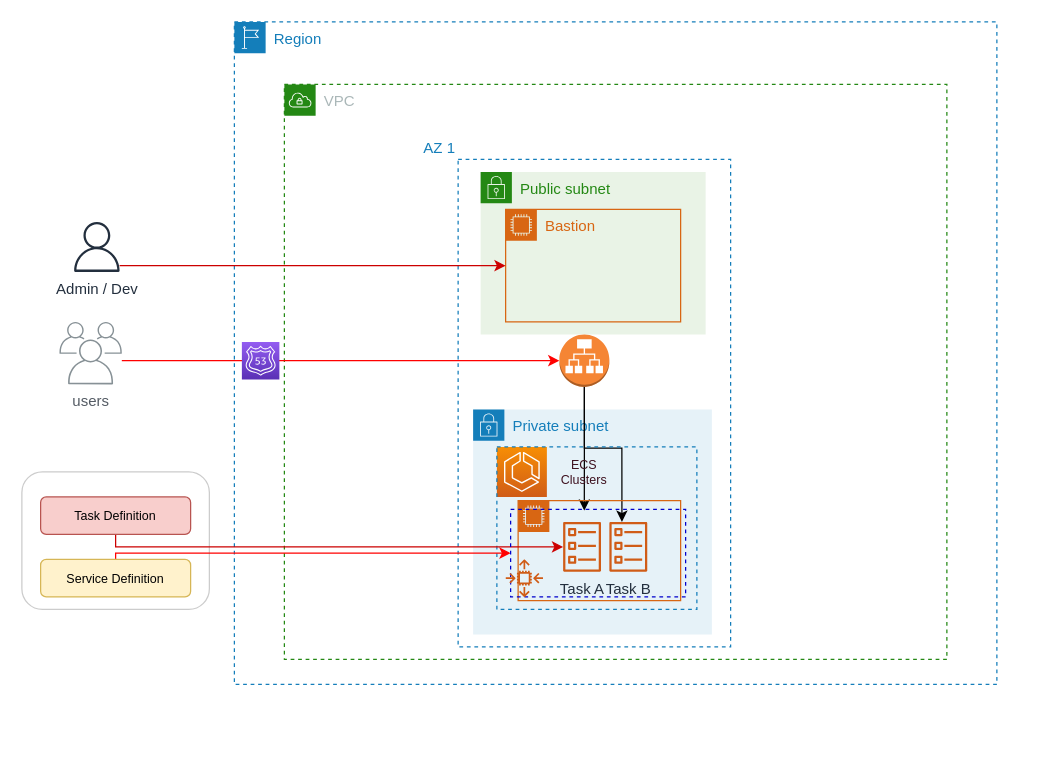
Above: page "L2 Infrastructure Design - Non Prod" (6 of 8) of Untitled Diagram.drawio in senthilsource/multi-docker (draw.io), before the change. Source tidied: cells renumbered, new cells numbered last; positions are measured from the earlier drawing's top-left corner, leaving out a move shared by most shapes. Both pictures are drawn from the tidied source at 125%, with x=0, y=0 at pixel (21, 21). Pictures stored in the file or linked from it are replaced by grey dashed boxes.
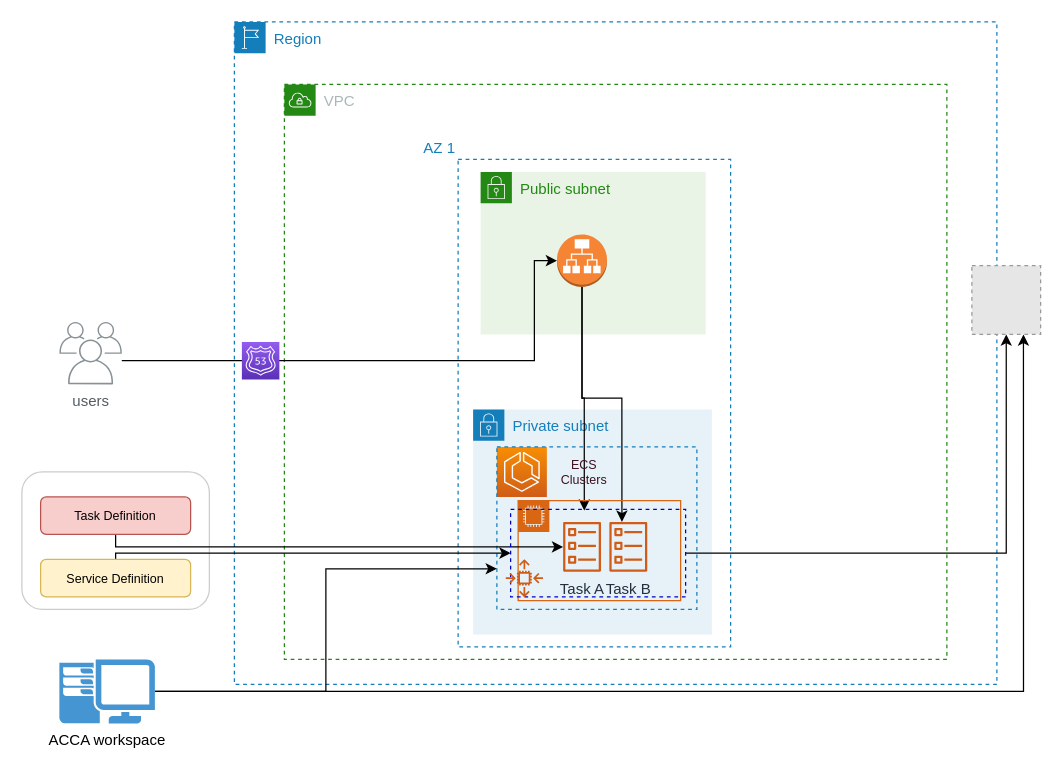
After the change.

Unchanged cells that the change refers to:
```xml
<mxCell id="10" value="users" style="outlineConnect=0;gradientColor=none;fontColor=#545B64;strokeColor=none;fillColor=#879196;dashed=0;verticalLabelPosition=bottom;verticalAlign=top;align=center;html=1;fontSize=12;fontStyle=0;shape=mxgraph.aws4.illustration_users;dashPattern=1 1;" parent="1" vertex="1">
  <mxGeometry x="30" y="240" width="50" height="50" as="geometry" />
</mxCell>
<mxCell id="15" style="fillColor=none;strokeColor=#147EBA;dashed=1;verticalAlign=top;fontStyle=0;fontColor=#147EBA;fontSize=10;" parent="1" vertex="1">
  <mxGeometry x="380" y="340" width="160" height="130" as="geometry" />
</mxCell>
<mxCell id="18" value="Task A" style="outlineConnect=0;fontColor=#232F3E;gradientColor=none;fillColor=#D05C17;strokeColor=none;dashed=0;verticalLabelPosition=bottom;verticalAlign=top;align=center;html=1;fontSize=12;fontStyle=0;shape=mxgraph.aws4.ecs_task;" parent="1" vertex="1">
  <mxGeometry x="433" y="400" width="30.3" height="40" as="geometry" />
</mxCell>
<mxCell id="22" value="Service Definition" style="rounded=1;whiteSpace=wrap;html=1;fontSize=10;strokeColor=#d6b656;fillColor=#fff2cc;" parent="1" vertex="1">
  <mxGeometry x="15" y="430" width="120" height="30" as="geometry" />
</mxCell>
<mxCell id="24" value="Task Definition" style="rounded=1;whiteSpace=wrap;html=1;fontSize=10;strokeColor=#b85450;fillColor=#f8cecc;" parent="1" vertex="1">
  <mxGeometry x="15" y="380" width="120" height="30" as="geometry" />
</mxCell>
<mxCell id="25" style="fillColor=none;dashed=1;verticalAlign=top;fontStyle=0;fontColor=#147EBA;fontSize=10;strokeColor=#0000CC;" parent="1" vertex="1">
  <mxGeometry x="391" y="390" width="140" height="70" as="geometry" />
</mxCell>
```

The edit, as a diff of the source:
```diff
@@
-    <mxCell id="7" value="Bastion" style="points=[[0,0],[0.25,0],[0.5,0],[0.75,0],[1,0],[1,0.25],[1,0.5],[1,0.75],[1,1],[0.75,1],[0.5,1],[0.25,1],[0,1],[0,0.75],[0,0.5],[0,0.25]];outlineConnect=0;gradientColor=none;html=1;whiteSpace=wrap;fontSize=12;fontStyle=0;shape=mxgraph.aws4.group;grIcon=mxgraph.aws4.group_ec2_instance_contents;strokeColor=#D86613;fillColor=none;verticalAlign=top;align=left;spacingLeft=30;fontColor=#D86613;dashed=0;dashPattern=1 1;" parent="1" vertex="1">
-      <mxGeometry x="387" y="150" width="140" height="90" as="geometry" />
-    </mxCell>
@@
-    <mxCell id="9" style="edgeStyle=orthogonalEdgeStyle;rounded=0;jettySize=auto;html=1;entryX=0;entryY=0.5;entryDx=0;entryDy=0;entryPerimeter=0;fontSize=10;fontColor=#3E111F;strokeColor=#FF0000;" parent="1" edge="1" source="10" target="13">
+    <mxCell id="9" style="edgeStyle=orthogonalEdgeStyle;rounded=0;jettySize=auto;html=1;entryX=0;entryY=0.5;entryDx=0;entryDy=0;entryPerimeter=0;fontSize=10;fontColor=#3E111F;strokeColor=#000000;" parent="1" edge="1" source="10" target="13">
       <mxGeometry relative="1" as="geometry">
         <Array as="points">
-          <mxPoint x="170" y="271" />
-          <mxPoint x="170" y="271" />
+          <mxPoint x="410" y="271" />
+          <mxPoint x="410" y="191" />
         </Array>
       </mxGeometry>
     </mxCell>
@@
     <mxCell id="13" style="outlineConnect=0;dashed=0;verticalLabelPosition=bottom;verticalAlign=top;align=center;html=1;shape=mxgraph.aws3.application_load_balancer;fillColor=#F58534;gradientColor=none;strokeWidth=2;fontSize=12;" parent="1" vertex="1">
-      <mxGeometry x="430" y="250" width="40" height="42" as="geometry" />
+      <mxGeometry x="428.1" y="170" width="40" height="42" as="geometry" />
     </mxCell>
@@
-    <mxCell id="21" style="edgeStyle=orthogonalEdgeStyle;rounded=0;jettySize=auto;html=1;entryX=0;entryY=0.5;entryDx=0;entryDy=0;fontSize=10;fontColor=#3E111F;strokeColor=#FF0000;" parent="1" edge="1" source="22" target="25">
+    <mxCell id="21" style="edgeStyle=orthogonalEdgeStyle;rounded=0;jettySize=auto;html=1;entryX=0;entryY=0.5;entryDx=0;entryDy=0;fontSize=10;fontColor=#3E111F;strokeColor=#000000;" parent="1" edge="1" source="22" target="25">
       <mxGeometry relative="1" as="geometry">
         <Array as="points">
           <mxPoint x="75" y="425" />
         </Array>
       </mxGeometry>
     </mxCell>
@@
-    <mxCell id="23" style="edgeStyle=orthogonalEdgeStyle;rounded=0;jettySize=auto;html=1;fontSize=10;fontColor=#3E111F;strokeColor=#CC0000;" parent="1" edge="1" source="24" target="18">
+    <mxCell id="23" style="edgeStyle=orthogonalEdgeStyle;rounded=0;jettySize=auto;html=1;fontSize=10;fontColor=#3E111F;strokeColor=#000000;" parent="1" edge="1" source="24" target="18">
       <mxGeometry relative="1" as="geometry">
         <Array as="points">
           <mxPoint x="75" y="420" />
         </Array>
       </mxGeometry>
     </mxCell>
@@
+    <mxCell id="30" style="edgeStyle=orthogonalEdgeStyle;rounded=0;jettySize=auto;html=1;strokeColor=#000000;" parent="1" edge="1" source="25" target="34">
+      <mxGeometry relative="1" as="geometry" />
+    </mxCell>
@@
-    <mxCell id="27" style="edgeStyle=orthogonalEdgeStyle;rounded=0;jettySize=auto;html=1;fontSize=10;fontColor=#3E111F;strokeColor=#CC0000;" parent="1" edge="1" source="28" target="7">
-      <mxGeometry relative="1" as="geometry">
-        <Array as="points">
-          <mxPoint x="160" y="195" />
-          <mxPoint x="160" y="195" />
-        </Array>
-      </mxGeometry>
-    </mxCell>
-    <mxCell id="28" value="Admin / Dev" style="outlineConnect=0;fontColor=#232F3E;gradientColor=none;fillColor=#232F3E;strokeColor=none;dashed=0;verticalLabelPosition=bottom;verticalAlign=top;align=center;html=1;fontSize=12;fontStyle=0;shape=mxgraph.aws4.user;" parent="1" vertex="1">
-      <mxGeometry x="40" y="160" width="40" height="40" as="geometry" />
-    </mxCell>
@@
+    <mxCell id="31" style="edgeStyle=orthogonalEdgeStyle;rounded=0;jettySize=auto;html=1;entryX=0;entryY=0.75;entryDx=0;entryDy=0;strokeColor=#000000;" parent="1" edge="1" source="33" target="15">
+      <mxGeometry relative="1" as="geometry" />
+    </mxCell>
+    <mxCell id="32" style="edgeStyle=orthogonalEdgeStyle;rounded=0;jettySize=auto;html=1;entryX=0.75;entryY=1;entryDx=0;entryDy=0;strokeColor=#000000;" parent="1" edge="1" source="33" target="34">
+      <mxGeometry relative="1" as="geometry" />
+    </mxCell>
+    <mxCell id="33" value="ACCA workspace" style="shadow=0;dashed=0;html=1;strokeColor=none;fillColor=#4495D1;labelPosition=center;verticalLabelPosition=bottom;verticalAlign=top;align=center;outlineConnect=0;shape=mxgraph.veeam.2d.workstation;" parent="1" vertex="1">
+      <mxGeometry x="30" y="510" width="76.4" height="51.2" as="geometry" />
+    </mxCell>
+    <mxCell id="34" style="fillColor=#E6E6E6;strokeColor=#999999;dashed=1;verticalLabelPosition=bottom;labelBackgroundColor=#ffffff;verticalAlign=top;" parent="1" vertex="1">
+      <mxGeometry x="760" y="195" width="55" height="55" as="geometry" />
+    </mxCell>
```
